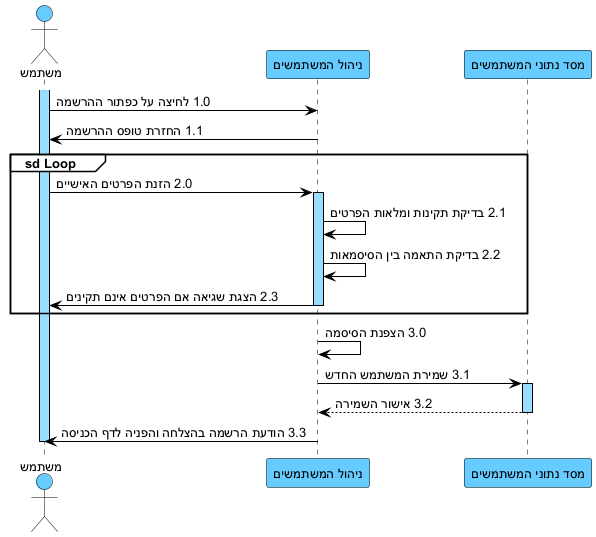
Before: docs/diagrams/png/01-seq-suc01-הרשמה.png, a diagram exported from PlantUML (arielkaplan20/GOLDEN_HAIR_SALOAN).
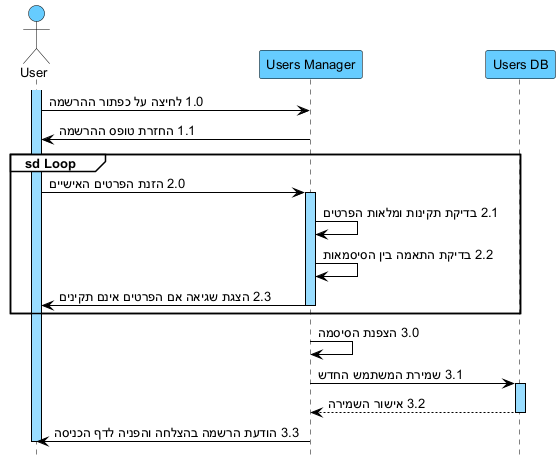
After the commit.

The edit, as a diff of the source:
```diff
@@ -1,4 +1,5 @@
 @startuml
+hide footbox
 skinparam backgroundColor white
 skinparam defaultFontName Arial
 skinparam defaultFontSize 13
@@ -18,9 +19,9 @@
 GroupHeaderFontColor black
 }
 
-actor "משתמש" as U
-participant "ניהול המשתמשים" as UM
-participant "מסד נתוני המשתמשים" as DB
+actor "User" as U
+participant "Users Manager" as UM
+participant "Users DB" as DB
 
 activate U
 U -> UM : 1.0 לחיצה על כפתור ההרשמה
```
